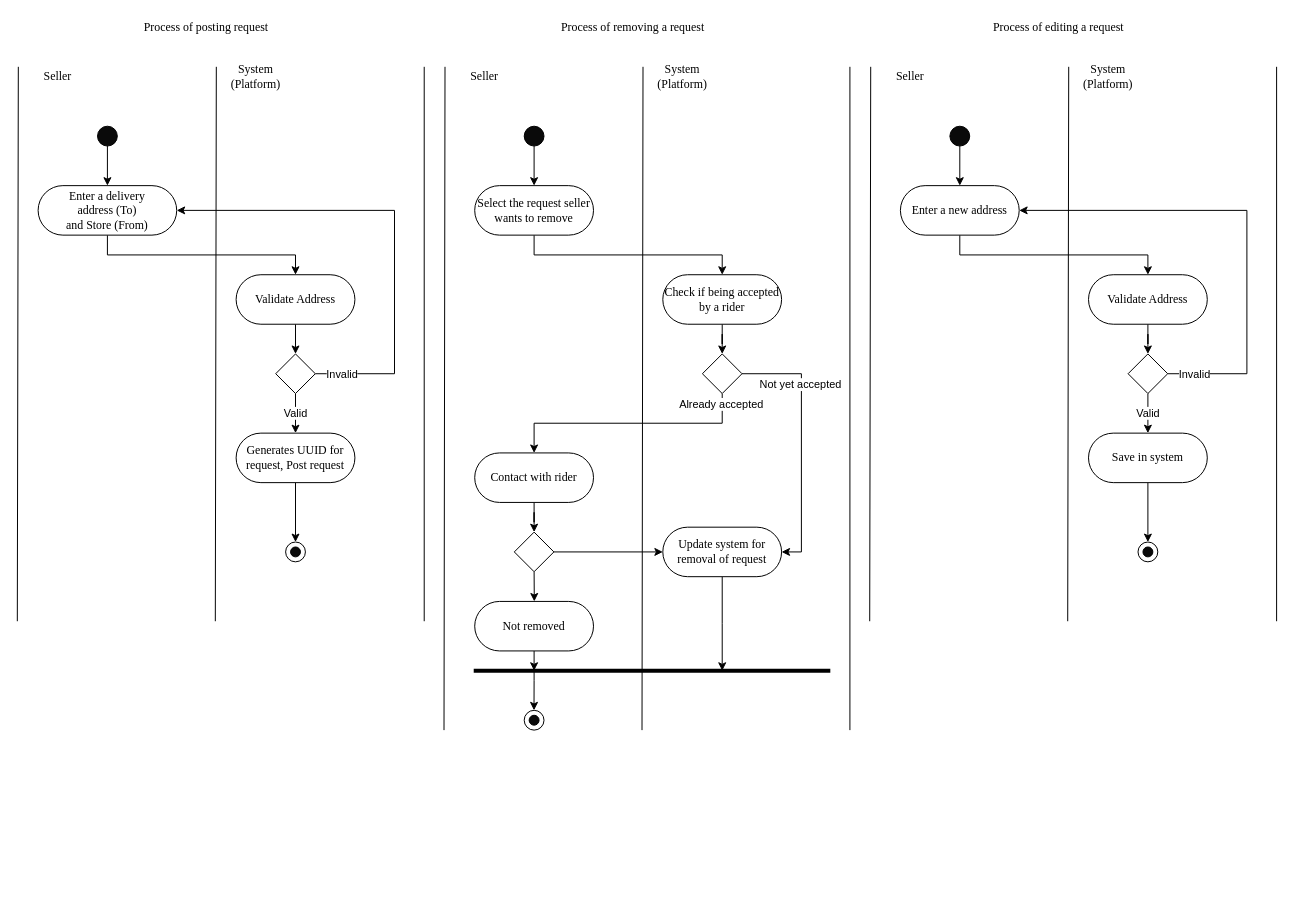
Earlier version of the draw.io diagram Diagrams/Requests/Manage Requests by Sender.drawio (DIT202003G1/SAD-Assignment). Source tidied: cells renumbered, new cells numbered last; positions are measured from the earlier drawing's top-left corner, leaving out a move shared by most shapes. Both pictures are drawn from the tidied source at 99%, with x=0, y=0 at pixel (17, 17).
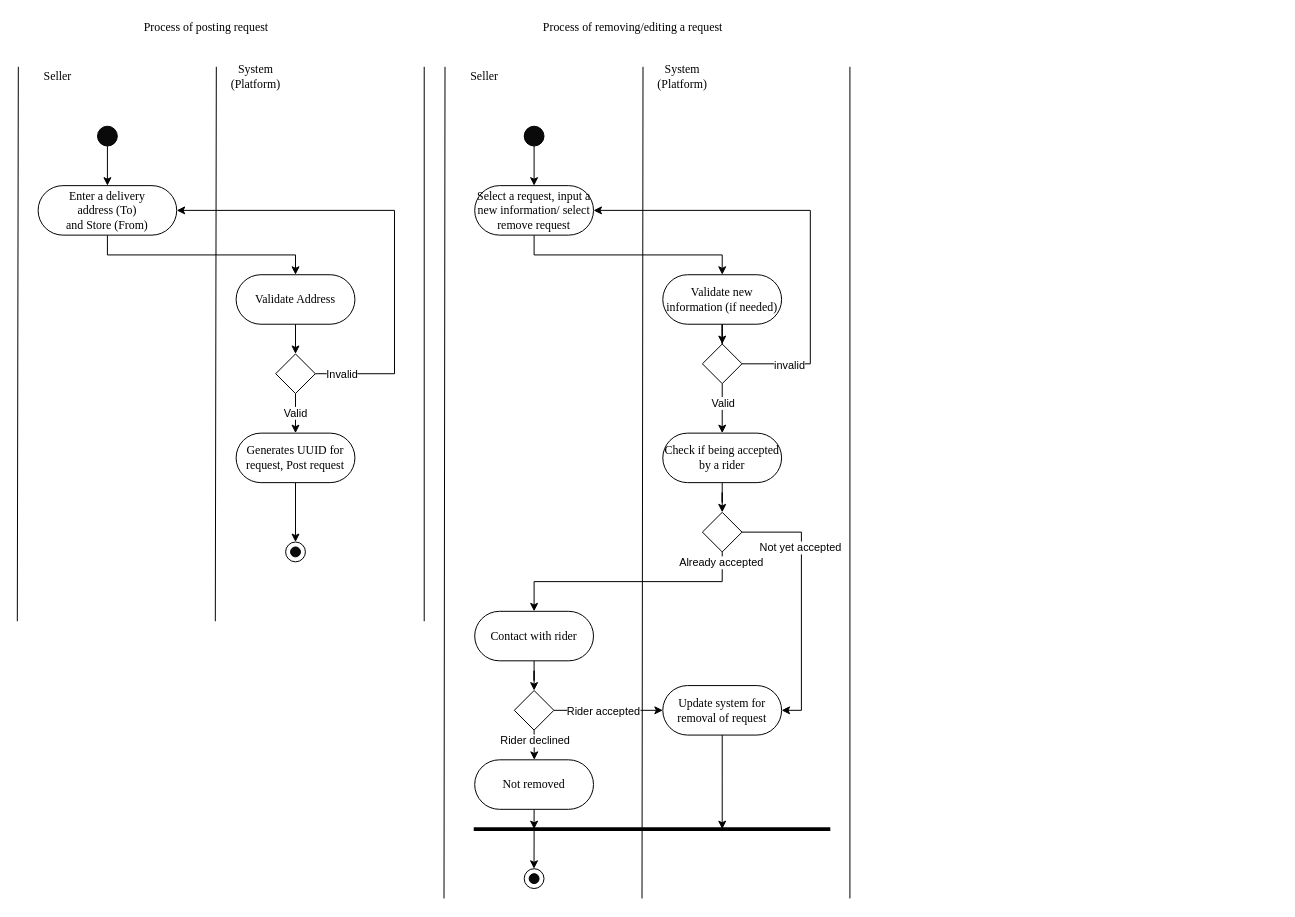
After the change.

Unchanged cells that the change refers to:
```xml
<mxCell id="36" style="edgeStyle=orthogonalEdgeStyle;rounded=0;jettySize=auto;html=1;exitX=1;exitY=0.5;exitDx=0;exitDy=0;entryX=1;entryY=0.5;entryDx=0;entryDy=0;strokeWidth=1;" parent="1" edge="1" source="38" target="47">
  <mxGeometry relative="1" as="geometry" />
</mxCell>
<mxCell id="41" style="edgeStyle=orthogonalEdgeStyle;rounded=0;jettySize=auto;html=1;exitX=1;exitY=0.5;exitDx=0;exitDy=0;strokeWidth=1;entryX=0;entryY=0.5;entryDx=0;entryDy=0;" parent="1" edge="1" source="43" target="47">
  <mxGeometry relative="1" as="geometry" />
</mxCell>
```

The edit, as a diff of the source:
```diff
@@
-    <mxCell id="23" value="Process of removing a request" style="text;html=1;strokeColor=none;fillColor=none;align=center;verticalAlign=middle;whiteSpace=wrap;rounded=0;fontSize=12;fontFamily=Times New Roman;" parent="1" vertex="1">
+    <mxCell id="23" value="Process of removing/editing a request" style="text;html=1;strokeColor=none;fillColor=none;align=center;verticalAlign=middle;whiteSpace=wrap;rounded=0;fontSize=12;fontFamily=Times New Roman;" parent="1" vertex="1">
       <mxGeometry x="432" width="380" height="20" as="geometry" />
     </mxCell>
@@
     <mxCell id="26" style="endArrow=none;html=1;fontFamily=Times New Roman;fontSize=12;" parent="1" edge="1">
       <mxGeometry relative="1" as="geometry">
-        <mxPoint x="431" y="720" as="sourcePoint" />
+        <mxPoint x="431" y="890" as="sourcePoint" />
         <mxPoint x="432" y="50" as="targetPoint" />
       </mxGeometry>
     </mxCell>
     <mxCell id="27" style="endArrow=none;html=1;fontFamily=Times New Roman;fontSize=12;" parent="1" edge="1">
       <mxGeometry relative="1" as="geometry">
-        <mxPoint x="631" y="720" as="sourcePoint" />
+        <mxPoint x="631" y="890" as="sourcePoint" />
         <mxPoint x="632" y="50" as="targetPoint" />
       </mxGeometry>
     </mxCell>
@@
     <mxCell id="30" style="endArrow=none;html=1;fontFamily=Times New Roman;fontSize=12;" parent="1" edge="1">
       <mxGeometry relative="1" as="geometry">
-        <mxPoint x="841" y="720" as="sourcePoint" />
+        <mxPoint x="841" y="890" as="sourcePoint" />
         <mxPoint x="841" y="50" as="targetPoint" />
       </mxGeometry>
     </mxCell>
-    <mxCell id="31" style="edgeStyle=orthogonalEdgeStyle;rounded=0;jettySize=auto;html=1;exitX=0.5;exitY=1;exitDx=0;exitDy=0;entryX=0.5;entryY=0;entryDx=0;entryDy=0;strokeWidth=1;" parent="1" edge="1" source="32" target="34">
+    <mxCell id="31" style="edgeStyle=orthogonalEdgeStyle;rounded=0;jettySize=auto;html=1;exitX=0.5;exitY=1;exitDx=0;exitDy=0;entryX=0.5;entryY=0;entryDx=0;entryDy=0;strokeWidth=1;" parent="1" edge="1" source="32" target="77">
       <mxGeometry relative="1" as="geometry" />
     </mxCell>
-    <mxCell id="32" value="Select the request seller wants to remove" style="rounded=1;whiteSpace=wrap;html=1;fontFamily=Times New Roman;fontSize=12;arcSize=50;" parent="1" vertex="1">
+    <mxCell id="32" value="Select a request, input a new information/ select remove request" style="rounded=1;whiteSpace=wrap;html=1;fontFamily=Times New Roman;fontSize=12;arcSize=50;" parent="1" vertex="1">
       <mxGeometry x="462" y="170" width="120" height="50" as="geometry" />
     </mxCell>
@@
     <mxCell id="34" value="Check if being accepted by a rider" style="rounded=1;whiteSpace=wrap;html=1;fontFamily=Times New Roman;fontSize=12;arcSize=50;" parent="1" vertex="1">
-      <mxGeometry x="652" y="260" width="120" height="50" as="geometry" />
+      <mxGeometry x="652" y="420" width="120" height="50" as="geometry" />
     </mxCell>
@@
     <mxCell id="37" value="Not yet accepted" style="edgeLabel;html=1;align=center;verticalAlign=middle;" parent="36" vertex="1">
       <mxGeometry x="-0.03" y="-2" relative="1" as="geometry">
-        <mxPoint y="-55.8" as="offset" />
+        <mxPoint y="-50.8" as="offset" />
       </mxGeometry>
     </mxCell>
     <mxCell id="38" style="rhombus;whiteSpace=wrap;html=1;" parent="1" vertex="1">
-      <mxGeometry x="692" y="340" width="40" height="40" as="geometry" />
+      <mxGeometry x="692" y="500" width="40" height="40" as="geometry" />
     </mxCell>
@@
     <mxCell id="40" value="Contact with rider" style="rounded=1;whiteSpace=wrap;html=1;fontFamily=Times New Roman;fontSize=12;arcSize=50;" parent="1" vertex="1">
-      <mxGeometry x="462" y="440" width="120" height="50" as="geometry" />
+      <mxGeometry x="462" y="600" width="120" height="50" as="geometry" />
     </mxCell>
@@
+    <mxCell id="74" value="Rider accepted" style="edgeLabel;html=1;align=center;verticalAlign=middle;" parent="41" vertex="1">
+      <mxGeometry x="-0.75" relative="1" as="geometry">
+        <mxPoint x="35.3" as="offset" />
+      </mxGeometry>
+    </mxCell>
     <mxCell id="42" style="edgeStyle=orthogonalEdgeStyle;rounded=0;jettySize=auto;html=1;exitX=0.5;exitY=1;exitDx=0;exitDy=0;strokeWidth=1;" parent="1" edge="1" source="43">
       <mxGeometry relative="1" as="geometry">
-        <mxPoint x="522.2" y="590" as="targetPoint" />
+        <mxPoint x="522.2" y="750" as="targetPoint" />
       </mxGeometry>
     </mxCell>
+    <mxCell id="75" value="Rider declined" style="edgeLabel;html=1;align=center;verticalAlign=middle;" parent="42" vertex="1">
+      <mxGeometry x="-0.24" relative="1" as="geometry" />
+    </mxCell>
     <mxCell id="43" style="rhombus;whiteSpace=wrap;html=1;" parent="1" vertex="1">
-      <mxGeometry x="502" y="520" width="40" height="40" as="geometry" />
+      <mxGeometry x="502" y="680" width="40" height="40" as="geometry" />
     </mxCell>
     <mxCell id="44" style="edgeStyle=orthogonalEdgeStyle;rounded=0;jettySize=auto;html=1;exitX=0.5;exitY=1;exitDx=0;exitDy=0;strokeWidth=1;" parent="1" edge="1" source="45">
       <mxGeometry relative="1" as="geometry">
-        <mxPoint x="522" y="660" as="targetPoint" />
+        <mxPoint x="522" y="820" as="targetPoint" />
       </mxGeometry>
     </mxCell>
     <mxCell id="45" value="Not removed" style="rounded=1;whiteSpace=wrap;html=1;fontFamily=Times New Roman;fontSize=12;arcSize=50;" parent="1" vertex="1">
-      <mxGeometry x="462" y="590" width="120" height="50" as="geometry" />
+      <mxGeometry x="462" y="750" width="120" height="50" as="geometry" />
     </mxCell>
     <mxCell id="46" style="edgeStyle=orthogonalEdgeStyle;rounded=0;jettySize=auto;html=1;exitX=0.5;exitY=1;exitDx=0;exitDy=0;strokeWidth=1;" parent="1" edge="1" source="47">
       <mxGeometry relative="1" as="geometry">
-        <mxPoint x="712" y="660" as="targetPoint" />
+        <mxPoint x="712" y="820" as="targetPoint" />
       </mxGeometry>
     </mxCell>
     <mxCell id="47" value="Update system for removal of request" style="rounded=1;whiteSpace=wrap;html=1;fontFamily=Times New Roman;fontSize=12;arcSize=50;" parent="1" vertex="1">
-      <mxGeometry x="652" y="515" width="120" height="50" as="geometry" />
+      <mxGeometry x="652" y="675" width="120" height="50" as="geometry" />
     </mxCell>
     <mxCell id="48" style="group;" parent="1" vertex="1">
-      <mxGeometry x="512" y="700" width="20" height="20" as="geometry" />
+      <mxGeometry x="512" y="860" width="20" height="20" as="geometry" />
     </mxCell>
@@
     <mxCell id="51" style="edgeStyle=orthogonalEdgeStyle;rounded=0;orthogonalLoop=1;jettySize=auto;html=1;strokeWidth=1;" parent="1" edge="1">
       <mxGeometry relative="1" as="geometry">
-        <mxPoint x="522" y="660" as="sourcePoint" />
-        <mxPoint x="521.9" y="700" as="targetPoint" />
+        <mxPoint x="522" y="820" as="sourcePoint" />
+        <mxPoint x="521.9" y="860" as="targetPoint" />
         <Array as="points">
-          <mxPoint x="522" y="670" />
-          <mxPoint x="522" y="670" />
+          <mxPoint x="522" y="830" />
+          <mxPoint x="522" y="830" />
         </Array>
       </mxGeometry>
     </mxCell>
     <mxCell id="52" style="endArrow=none;html=1;strokeWidth=4;" parent="1" edge="1">
       <mxGeometry relative="1" as="geometry">
-        <mxPoint x="461" y="660" as="sourcePoint" />
-        <mxPoint x="821.2" y="660" as="targetPoint" />
+        <mxPoint x="461" y="820" as="sourcePoint" />
+        <mxPoint x="821.2" y="820" as="targetPoint" />
       </mxGeometry>
     </mxCell>
-    <mxCell id="53" value="Process of editing a request" style="text;html=1;strokeColor=none;fillColor=none;align=center;verticalAlign=middle;whiteSpace=wrap;rounded=0;fontSize=12;fontFamily=Times New Roman;" parent="1" vertex="1">
-      <mxGeometry x="862" width="380" height="20" as="geometry" />
-    </mxCell>
-    <mxCell id="54" value="Seller" style="text;html=1;strokeColor=none;fillColor=none;align=center;verticalAlign=middle;whiteSpace=wrap;rounded=0;fontSize=12;fontFamily=Times New Roman;" parent="1" vertex="1">
-      <mxGeometry x="862" y="50" width="80" height="20" as="geometry" />
-    </mxCell>
-    <mxCell id="55" value="System (Platform)" style="text;html=1;strokeColor=none;fillColor=none;align=center;verticalAlign=middle;whiteSpace=wrap;rounded=0;fontSize=12;fontFamily=Times New Roman;" parent="1" vertex="1">
-      <mxGeometry x="1062" y="50" width="80" height="20" as="geometry" />
-    </mxCell>
-    <mxCell id="56" style="endArrow=none;html=1;fontFamily=Times New Roman;fontSize=12;" parent="1" edge="1">
-      <mxGeometry relative="1" as="geometry">
-        <mxPoint x="861" y="610" as="sourcePoint" />
-        <mxPoint x="862" y="50" as="targetPoint" />
-      </mxGeometry>
-    </mxCell>
-    <mxCell id="57" style="endArrow=none;html=1;fontFamily=Times New Roman;fontSize=12;" parent="1" edge="1">
-      <mxGeometry relative="1" as="geometry">
-        <mxPoint x="1061" y="610" as="sourcePoint" />
-        <mxPoint x="1062" y="50" as="targetPoint" />
-      </mxGeometry>
-    </mxCell>
-    <mxCell id="58" style="edgeStyle=orthogonalEdgeStyle;rounded=0;jettySize=auto;html=1;exitX=0.5;exitY=1;exitDx=0;exitDy=0;fontFamily=Times New Roman;fontSize=12;" parent="1" edge="1" source="59" target="62">
-      <mxGeometry relative="1" as="geometry" />
-    </mxCell>
-    <mxCell id="59" style="ellipse;whiteSpace=wrap;html=1;fontFamily=Times New Roman;fontSize=12;fillColor=#0A0A0A;" parent="1" vertex="1">
-      <mxGeometry x="942" y="110" width="20" height="20" as="geometry" />
-    </mxCell>
-    <mxCell id="60" style="endArrow=none;html=1;fontFamily=Times New Roman;fontSize=12;" parent="1" edge="1">
-      <mxGeometry relative="1" as="geometry">
-        <mxPoint x="1272" y="610" as="sourcePoint" />
-        <mxPoint x="1272" y="50" as="targetPoint" />
-      </mxGeometry>
-    </mxCell>
-    <mxCell id="61" style="edgeStyle=orthogonalEdgeStyle;rounded=0;jettySize=auto;html=1;exitX=0.5;exitY=1;exitDx=0;exitDy=0;entryX=0.5;entryY=0;entryDx=0;entryDy=0;strokeWidth=1;" parent="1" edge="1" source="62" target="67">
-      <mxGeometry relative="1" as="geometry" />
-    </mxCell>
-    <mxCell id="62" value="Enter a new address" style="rounded=1;whiteSpace=wrap;html=1;fontFamily=Times New Roman;fontSize=12;arcSize=50;" parent="1" vertex="1">
-      <mxGeometry x="892" y="170" width="120" height="50" as="geometry" />
-    </mxCell>
-    <mxCell id="63" style="group;" parent="1" vertex="1">
-      <mxGeometry x="1132" y="530" width="20" height="20" as="geometry" />
-    </mxCell>
-    <mxCell id="64" style="ellipse;whiteSpace=wrap;html=1;fontFamily=Times New Roman;fontSize=12;fillColor=#FFFFFF;" parent="63" vertex="1">
-      <mxGeometry width="20" height="20" as="geometry" />
-    </mxCell>
-    <mxCell id="65" style="ellipse;whiteSpace=wrap;html=1;fontFamily=Times New Roman;fontSize=12;fillColor=#0A0A0A;" parent="63" vertex="1">
-      <mxGeometry x="5" y="5" width="10" height="10" as="geometry" />
-    </mxCell>
-    <mxCell id="66" style="edgeStyle=orthogonalEdgeStyle;rounded=0;jettySize=auto;html=1;exitX=0.5;exitY=1;exitDx=0;exitDy=0;strokeWidth=1;" parent="1" edge="1" source="67" target="71">
-      <mxGeometry relative="1" as="geometry" />
-    </mxCell>
-    <mxCell id="67" value="Validate Address" style="rounded=1;whiteSpace=wrap;html=1;fontFamily=Times New Roman;fontSize=12;arcSize=50;" parent="1" vertex="1">
-      <mxGeometry x="1082" y="260" width="120" height="50" as="geometry" />
-    </mxCell>
-    <mxCell id="68" style="edgeStyle=orthogonalEdgeStyle;rounded=0;jettySize=auto;html=1;exitX=1;exitY=0.5;exitDx=0;exitDy=0;entryX=1;entryY=0.5;entryDx=0;entryDy=0;strokeWidth=1;" parent="1" edge="1" source="71" target="62">
-      <mxGeometry relative="1" as="geometry">
-        <Array as="points">
-          <mxPoint x="1242" y="360" />
-          <mxPoint x="1242" y="195" />
-        </Array>
-      </mxGeometry>
-    </mxCell>
-    <mxCell id="69" value="Invalid" style="edgeLabel;html=1;align=center;verticalAlign=middle;" parent="68" vertex="1">
-      <mxGeometry x="-0.94" y="-1" relative="1" as="geometry">
-        <mxPoint x="12.3" y="-1" as="offset" />
-      </mxGeometry>
-    </mxCell>
+    <mxCell id="76" style="edgeStyle=orthogonalEdgeStyle;rounded=0;jettySize=auto;html=1;exitX=0.5;exitY=1;exitDx=0;exitDy=0;" parent="1" edge="1" source="77" target="81">
+      <mxGeometry relative="1" as="geometry" />
+    </mxCell>
+    <mxCell id="77" value="Validate new information (if needed)" style="rounded=1;whiteSpace=wrap;html=1;fontFamily=Times New Roman;fontSize=12;arcSize=50;" parent="1" vertex="1">
+      <mxGeometry x="652" y="260" width="120" height="50" as="geometry" />
+    </mxCell>
+    <mxCell id="78" style="edgeStyle=orthogonalEdgeStyle;rounded=0;jettySize=auto;html=1;exitX=0.5;exitY=1;exitDx=0;exitDy=0;" parent="1" edge="1" source="81" target="34">
+      <mxGeometry relative="1" as="geometry" />
+    </mxCell>
-    <mxCell id="70" value="Valid" style="edgeStyle=orthogonalEdgeStyle;rounded=0;jettySize=auto;html=1;exitX=0.5;exitY=1;exitDx=0;exitDy=0;strokeWidth=1;entryX=0.5;entryY=0;entryDx=0;entryDy=0;" parent="1" edge="1" source="71" target="73">
-      <mxGeometry relative="1" as="geometry" />
+    <mxCell id="70" value="Valid" style="edgeLabel;html=1;align=center;verticalAlign=middle;" parent="78" vertex="1">
+      <mxGeometry x="-0.76" relative="1" as="geometry">
+        <mxPoint y="13.9" as="offset" />
+      </mxGeometry>
     </mxCell>
-    <mxCell id="71" style="rhombus;whiteSpace=wrap;html=1;" parent="1" vertex="1">
-      <mxGeometry x="1122" y="340" width="40" height="40" as="geometry" />
-    </mxCell>
-    <mxCell id="72" style="edgeStyle=orthogonalEdgeStyle;rounded=0;jettySize=auto;html=1;exitX=0.5;exitY=1;exitDx=0;exitDy=0;strokeWidth=1;entryX=0.5;entryY=0;entryDx=0;entryDy=0;" parent="1" edge="1" source="73" target="64">
-      <mxGeometry relative="1" as="geometry" />
-    </mxCell>
-    <mxCell id="73" value="Save in system" style="rounded=1;whiteSpace=wrap;html=1;fontFamily=Times New Roman;fontSize=12;arcSize=50;" parent="1" vertex="1">
-      <mxGeometry x="1082" y="420" width="120" height="50" as="geometry" />
-    </mxCell>
+    <mxCell id="79" style="edgeStyle=orthogonalEdgeStyle;rounded=0;jettySize=auto;html=1;exitX=1;exitY=0.5;exitDx=0;exitDy=0;entryX=1;entryY=0.5;entryDx=0;entryDy=0;" parent="1" edge="1" source="81" target="32">
+      <mxGeometry relative="1" as="geometry">
+        <Array as="points">
+          <mxPoint x="801" y="350" />
+          <mxPoint x="801" y="195" />
+        </Array>
+      </mxGeometry>
+    </mxCell>
+    <mxCell id="80" value="invalid" style="edgeLabel;html=1;align=center;verticalAlign=middle;" parent="79" vertex="1">
+      <mxGeometry x="-0.79" y="-1" relative="1" as="geometry" />
+    </mxCell>
+    <mxCell id="81" style="rhombus;whiteSpace=wrap;html=1;" parent="1" vertex="1">
+      <mxGeometry x="692" y="330" width="40" height="40" as="geometry" />
+    </mxCell>
```
